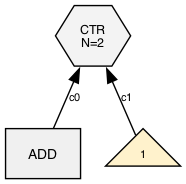
Above: wl/examples/thvm_graphs/grad_rules/add/step_007_state_final.png in sw1sh/TinyHVM (Graphviz), before the change. Its source is kept beside it as wl/examples/thvm_graphs/grad_rules/add/step_007_state_final.dot.
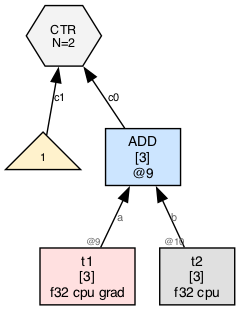
After the change.

The edit, as a diff of the source:
```diff
@@ -3,9 +3,13 @@
   node [fontname="Helvetica", fontsize=10, style=filled, shape=box, margin="0.1,0.05"];
   edge [fontsize=8, fontname="Helvetica"];
 
-  ctr17 [label="CTR\nN=2", shape=hexagon, fillcolor="#f3f3f3", fontsize=9];
-  n7 [label="ADD", shape=box, fillcolor="#f0f0f0"];
-  n7 -> ctr17 [label="c0"];
-  num_ctr17_18 [label="1",shape=triangle,fillcolor="#fff2cc",fontsize=8];
-  num_ctr17_18 -> ctr17 [label="c1"];
+  n9 [label="ADD\n[3]\n@9", shape=box, fillcolor="#cce5ff"];
+  t1 [label="t1\n[3]\nf32 cpu grad",shape=box,fillcolor="#ffe0e0"];
+  t1 -> n9 [label="a",taillabel="@9",labelfontsize=7,fontcolor="#666666"];
+  t2 [label="t2\n[3]\nf32 cpu",shape=box,fillcolor="#e0e0e0"];
+  t2 -> n9 [label="b",taillabel="@10",labelfontsize=7,fontcolor="#666666"];
+  ctr7 [label="CTR\nN=2", shape=hexagon, fillcolor="#f3f3f3", fontsize=9];
+  n9 -> ctr7 [label="c0"];
+  num_ctr7_8 [label="1",shape=triangle,fillcolor="#fff2cc",fontsize=8];
+  num_ctr7_8 -> ctr7 [label="c1"];
 }
```
